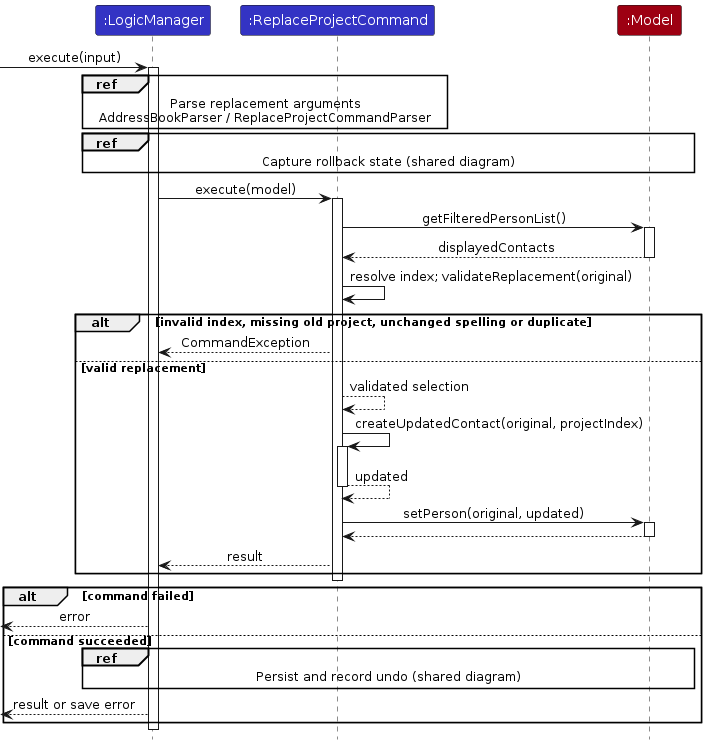
AY2627S1-CS2103T-W14-2/tp keeps this PlantUML diagram as diagrams/ReplaceProjectSequenceDiagram.png. Above is the earlier version. Its source is kept beside it as diagrams/ReplaceProjectSequenceDiagram.puml.
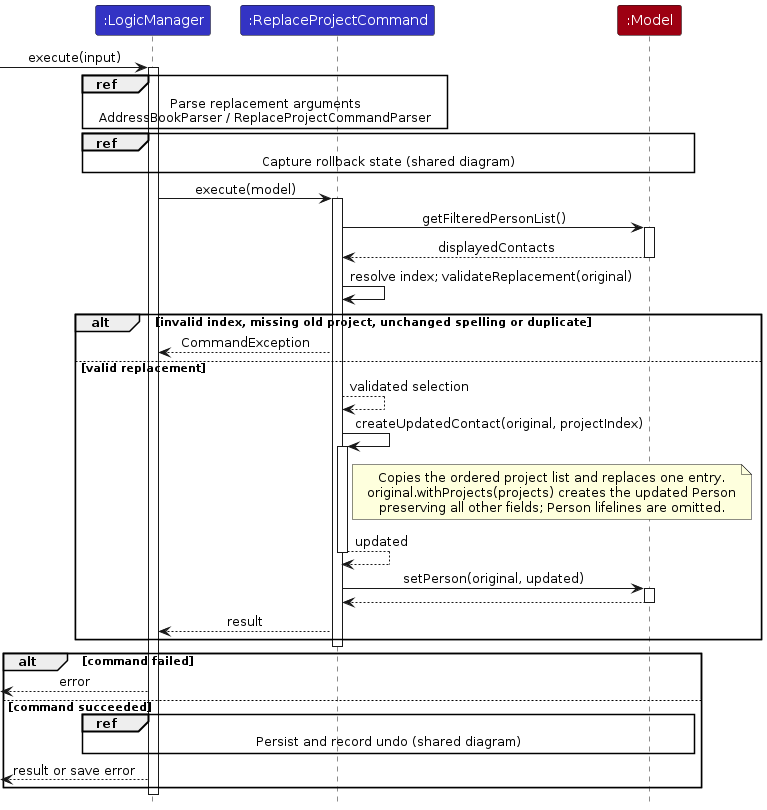
After the commit.

The edit, as a diff of the source:
```diff
@@ -26,6 +26,11 @@
     Command --> Command : validated selection
     Command -> Command : createUpdatedContact(original, projectIndex)
     activate Command
+    note right of Command
+        Copies the ordered project list and replaces one entry.
+        original.withProjects(projects) creates the updated Person
+        preserving all other fields; Person lifelines are omitted.
+    end note
     Command --> Command : updated
     deactivate Command
     Command -> Model : setPerson(original, updated)
```
